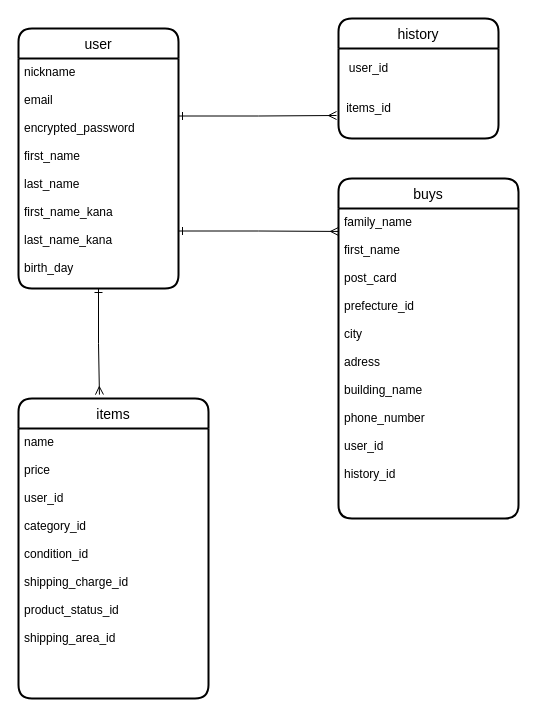
Masato0530/furima-35867 keeps this draw.io diagram as test.dio. Above is the earlier version. Source tidied: cells renumbered, new cells numbered last; positions are measured from the earlier drawing's top-left corner, leaving out a move shared by most shapes. Both pictures are drawn from the tidied source at 100%, with x=0, y=0 at pixel (18, 18).
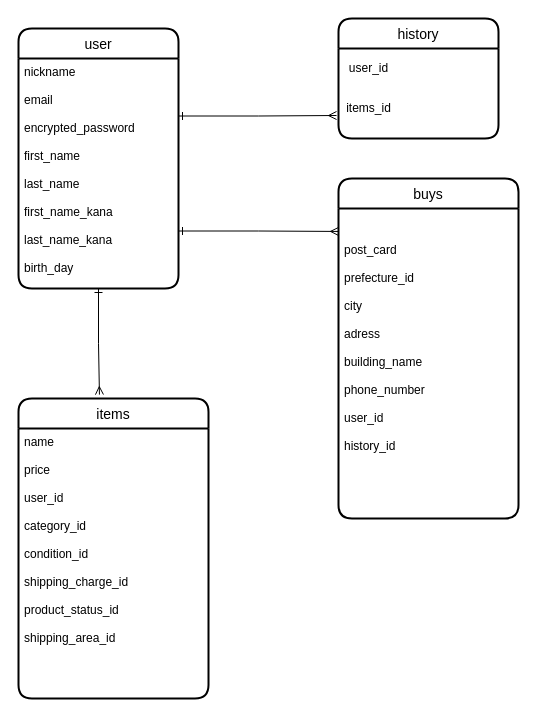
Above is the later version.

What changed in the source:
```diff
@@
 <mxGraphModel>
   <root>
     <mxCell id="0" />
     <mxCell id="1" parent="0" />
     <mxCell id="2" value="items" style="swimlane;horizontal=1;startSize=30;rounded=1;fontSize=14;fontStyle=0;strokeWidth=2;shadow=0;dashed=0;align=center;fillColor=none;" parent="1" vertex="1">
       <mxGeometry y="380" width="190" height="300" as="geometry" />
     </mxCell>
     <mxCell id="3" value="name&#10;&#10;price&#10;&#10;user_id&#10;&#10;category_id&#10;&#10;condition_id&#10;&#10;shipping_charge_id&#10;&#10;product_status_id&#10;&#10;shipping_area_id" style="align=left;strokeColor=none;fillColor=none;spacingLeft=4;fontSize=12;verticalAlign=top;" parent="2" vertex="1">
       <mxGeometry y="30" width="190" height="270" as="geometry" />
     </mxCell>
     <mxCell id="4" value="history" style="swimlane;horizontal=1;startSize=30;rounded=1;fontSize=14;fontStyle=0;strokeWidth=2;shadow=0;dashed=0;align=center;fillColor=none;" parent="1" vertex="1">
       <mxGeometry x="320" width="160" height="120" as="geometry" />
     </mxCell>
     <mxCell id="5" value="buys" style="swimlane;horizontal=1;startSize=30;rounded=1;fontSize=14;fontStyle=0;strokeWidth=2;shadow=0;dashed=0;align=center;fillColor=none;" parent="1" vertex="1">
       <mxGeometry x="320" y="160" width="180" height="340" as="geometry" />
     </mxCell>
-    <mxCell id="6" value="family_name&#10;&#10;first_name&#10;&#10;post_card&#10;&#10;prefecture_id&#10;&#10;city&#10;&#10;adress&#10;&#10;building_name&#10;&#10;phone_number&#10;&#10;user_id&#10;&#10;history_id&#10;&#10;" style="align=left;strokeColor=none;fillColor=none;spacingLeft=4;fontSize=12;verticalAlign=top;" parent="5" vertex="1">
+    <mxCell id="6" value="&#10;&#10;post_card&#10;&#10;prefecture_id&#10;&#10;city&#10;&#10;adress&#10;&#10;building_name&#10;&#10;phone_number&#10;&#10;user_id&#10;&#10;history_id&#10;&#10;" style="align=left;strokeColor=none;fillColor=none;spacingLeft=4;fontSize=12;verticalAlign=top;" parent="5" vertex="1">
       <mxGeometry y="30" width="180" height="310" as="geometry" />
     </mxCell>
     <mxCell id="7" style="edgeStyle=orthogonalEdgeStyle;rounded=0;orthogonalLoop=1;jettySize=auto;html=1;exitX=0.5;exitY=1;exitDx=0;exitDy=0;" parent="5" edge="1" source="6" target="6">
       <mxGeometry relative="1" as="geometry" />
     </mxCell>
     <mxCell id="8" style="edgeStyle=orthogonalEdgeStyle;rounded=0;orthogonalLoop=1;jettySize=auto;html=1;exitX=0.5;exitY=1;exitDx=0;exitDy=0;" parent="5" edge="1" source="6" target="6">
       <mxGeometry relative="1" as="geometry" />
     </mxCell>
     <mxCell id="9" style="edgeStyle=orthogonalEdgeStyle;rounded=0;orthogonalLoop=1;jettySize=auto;html=1;exitX=0.5;exitY=1;exitDx=0;exitDy=0;startArrow=ERone;startFill=0;endArrow=ERmany;endFill=0;" parent="5" edge="1" source="6" target="6">
       <mxGeometry relative="1" as="geometry" />
     </mxCell>
     <mxCell id="10" value="user_id" style="text;html=1;align=center;verticalAlign=middle;" parent="1" vertex="1">
       <mxGeometry x="325" y="40" width="50" height="20" as="geometry" />
     </mxCell>
     <mxCell id="11" value="items_id" style="text;html=1;align=center;verticalAlign=middle;points=[];" parent="1" vertex="1">
       <mxGeometry x="320" y="80" width="60" height="20" as="geometry" />
     </mxCell>
     <mxCell id="12" value="user" style="swimlane;horizontal=1;startSize=30;rounded=1;fontSize=14;fontStyle=0;strokeWidth=2;shadow=0;dashed=0;align=center;" parent="1" vertex="1">
       <mxGeometry y="10" width="160" height="260" as="geometry" />
     </mxCell>
     <mxCell id="13" value="nickname&#10;&#10;email&#10;&#10;encrypted_password&#10;&#10;first_name&#10;&#10;last_name&#10;&#10;first_name_kana&#10;&#10;last_name_kana&#10;&#10;birth_day&#10;&#10;&#10;&#10;&#10;" style="align=left;strokeColor=none;fillColor=none;spacingLeft=4;fontSize=12;verticalAlign=top;" parent="12" vertex="1">
       <mxGeometry y="30" width="160" height="230" as="geometry" />
     </mxCell>
     <mxCell id="14" style="edgeStyle=orthogonalEdgeStyle;rounded=0;jettySize=auto;html=1;exitX=1;exitY=0.25;exitDx=0;exitDy=0;entryX=-0.033;entryY=0.85;entryDx=0;entryDy=0;entryPerimeter=0;startArrow=ERone;startFill=0;endArrow=ERmany;endFill=0;" parent="1" edge="1" source="13" target="11">
       <mxGeometry relative="1" as="geometry" />
     </mxCell>
     <mxCell id="15" style="edgeStyle=orthogonalEdgeStyle;rounded=0;jettySize=auto;html=1;exitX=0.5;exitY=1;exitDx=0;exitDy=0;entryX=0.426;entryY=-0.013;entryDx=0;entryDy=0;entryPerimeter=0;startArrow=ERone;startFill=0;endArrow=ERmany;endFill=0;" parent="1" edge="1" source="13" target="2">
       <mxGeometry relative="1" as="geometry" />
     </mxCell>
     <mxCell id="16" style="edgeStyle=orthogonalEdgeStyle;rounded=0;jettySize=auto;html=1;exitX=1;exitY=0.75;exitDx=0;exitDy=0;entryX=0;entryY=0.074;entryDx=0;entryDy=0;entryPerimeter=0;startArrow=ERone;startFill=0;endArrow=ERmany;endFill=0;" parent="1" edge="1" source="13" target="6">
       <mxGeometry relative="1" as="geometry" />
     </mxCell>
   </root>
 </mxGraphModel>
```
